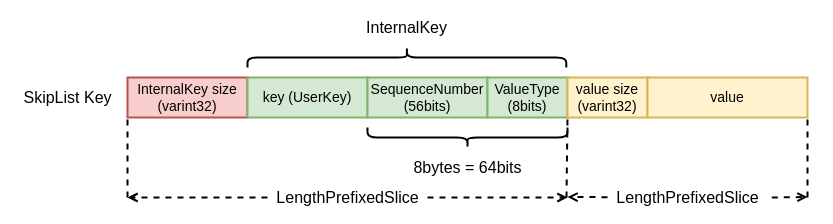
Before: posts/code-reading/leveldb-made-simple/4-memtable/assets/memtable.drawio in MrCroxx/mrcroxx.github.io, a draw.io diagram. Source tidied: cells renumbered, new cells numbered last; positions are measured from the earlier drawing's top-left corner, leaving out a move shared by most shapes. Both pictures are drawn from the tidied source at 100%, with x=0, y=0 at pixel (17, -102).
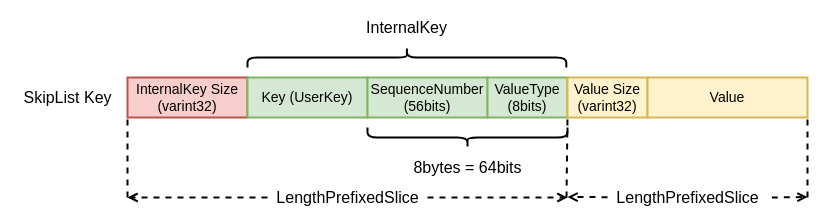
The same page after the edit.

Diff of the diagram source:
```diff
@@
-    <mxCell id="2" value="&lt;font style=&quot;font-size: 14px;&quot;&gt;InternalKey size&lt;br style=&quot;font-size: 14px;&quot;&gt;(varint32)&lt;br style=&quot;font-size: 14px;&quot;&gt;&lt;/font&gt;" style="rounded=0;whiteSpace=wrap;html=1;strokeWidth=2;fillColor=#f8cecc;strokeColor=#b85450;fontSize=14;" parent="1" vertex="1">
+    <mxCell id="2" value="&lt;font style=&quot;font-size: 14px&quot;&gt;InternalKey Size&lt;br style=&quot;font-size: 14px&quot;&gt;(varint32)&lt;br style=&quot;font-size: 14px&quot;&gt;&lt;/font&gt;" style="rounded=0;whiteSpace=wrap;html=1;strokeWidth=2;fillColor=#f8cecc;strokeColor=#b85450;fontSize=14;" parent="1" vertex="1">
       <mxGeometry x="110" y="179" width="120" height="40" as="geometry" />
     </mxCell>
-    <mxCell id="3" value="&lt;font style=&quot;font-size: 14px;&quot;&gt;key (UserKey)&lt;br style=&quot;font-size: 14px;&quot;&gt;&lt;/font&gt;" style="rounded=0;whiteSpace=wrap;html=1;strokeWidth=2;fillColor=#d5e8d4;strokeColor=#82b366;fontSize=14;" parent="1" vertex="1">
+    <mxCell id="3" value="&lt;font style=&quot;font-size: 14px&quot;&gt;Key (UserKey)&lt;br style=&quot;font-size: 14px&quot;&gt;&lt;/font&gt;" style="rounded=0;whiteSpace=wrap;html=1;strokeWidth=2;fillColor=#d5e8d4;strokeColor=#82b366;fontSize=14;" parent="1" vertex="1">
       <mxGeometry x="230" y="179" width="120" height="40" as="geometry" />
     </mxCell>
@@
-    <mxCell id="8" value="&lt;font style=&quot;font-size: 14px;&quot;&gt;value size&lt;br style=&quot;font-size: 14px;&quot;&gt;(varint32)&lt;br style=&quot;font-size: 14px;&quot;&gt;&lt;/font&gt;" style="rounded=0;whiteSpace=wrap;html=1;strokeWidth=2;fillColor=#fff2cc;strokeColor=#d6b656;fontSize=14;" parent="1" vertex="1">
+    <mxCell id="8" value="&lt;font style=&quot;font-size: 14px&quot;&gt;Value Size&lt;br style=&quot;font-size: 14px&quot;&gt;(varint32)&lt;br style=&quot;font-size: 14px&quot;&gt;&lt;/font&gt;" style="rounded=0;whiteSpace=wrap;html=1;strokeWidth=2;fillColor=#fff2cc;strokeColor=#d6b656;fontSize=14;" parent="1" vertex="1">
       <mxGeometry x="550" y="179" width="80" height="40" as="geometry" />
     </mxCell>
-    <mxCell id="9" value="&lt;font style=&quot;font-size: 14px&quot;&gt;value&lt;br style=&quot;font-size: 14px&quot;&gt;&lt;/font&gt;" style="rounded=0;whiteSpace=wrap;html=1;strokeWidth=2;fillColor=#fff2cc;strokeColor=#d6b656;fontSize=14;" parent="1" vertex="1">
+    <mxCell id="9" value="&lt;font style=&quot;font-size: 14px&quot;&gt;Value&lt;br style=&quot;font-size: 14px&quot;&gt;&lt;/font&gt;" style="rounded=0;whiteSpace=wrap;html=1;strokeWidth=2;fillColor=#fff2cc;strokeColor=#d6b656;fontSize=14;" parent="1" vertex="1">
       <mxGeometry x="630" y="179" width="160" height="40" as="geometry" />
     </mxCell>
```
